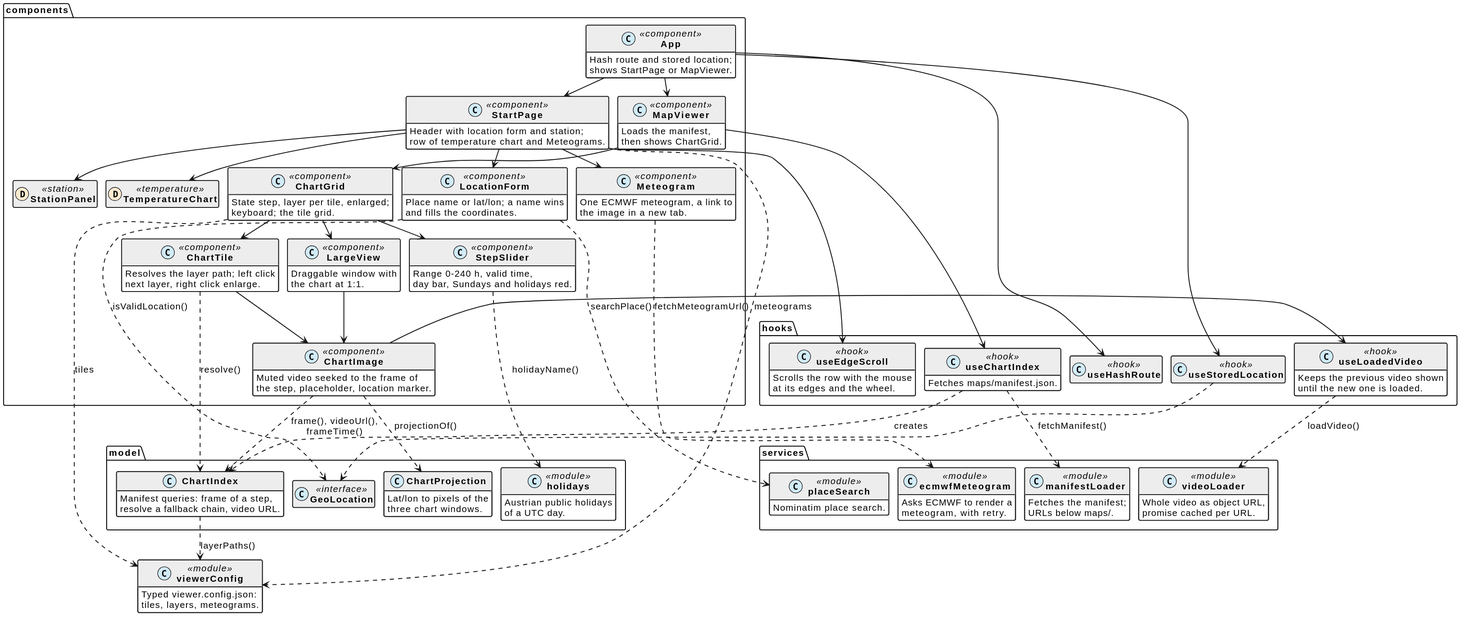
This is docs/app.svg from schletz/wetterkartenviewer, a PlantUML export, as it was before one commit.
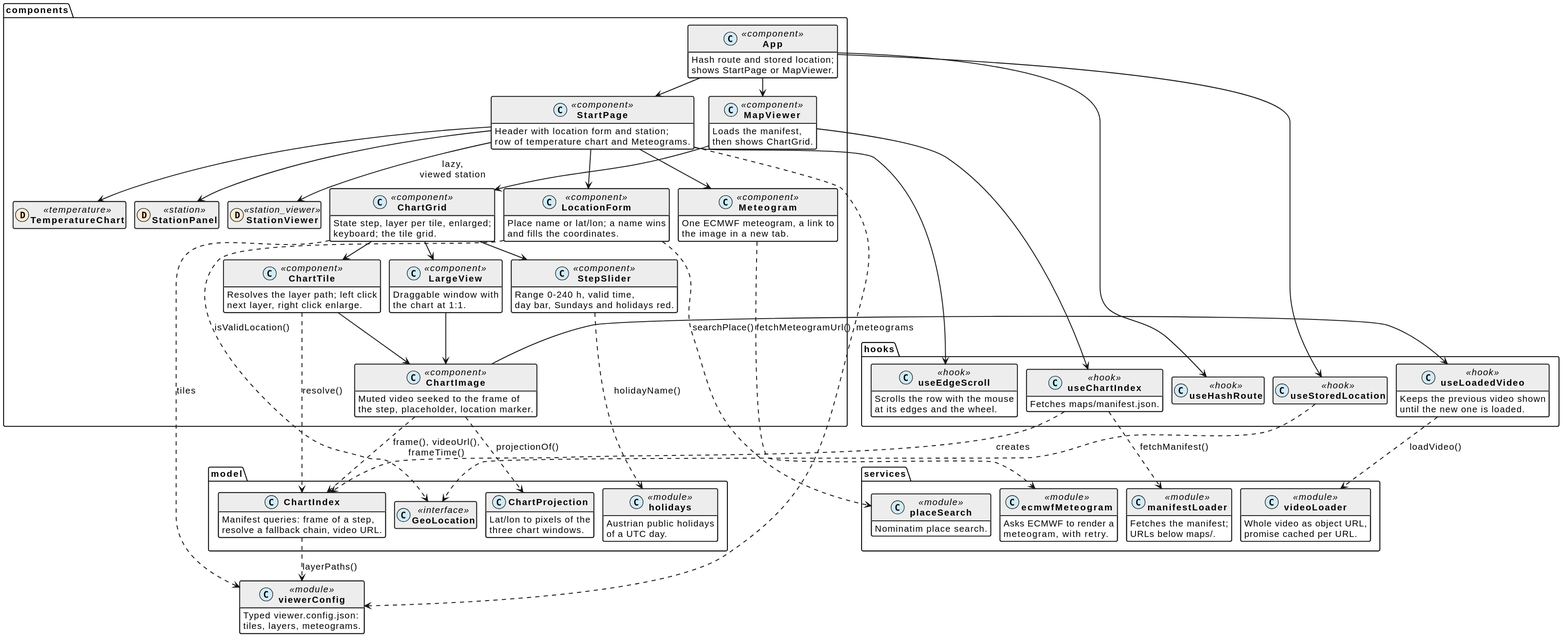
Later version of the same file.

Change to the diagram source:
```diff
@@ -53,6 +53,7 @@
  }
  class TemperatureChart << (D,#fdebd1) temperature >>
  class StationPanel << (D,#fdebd1) station >>
+ class StationViewer << (D,#fdebd1) station_viewer >>
  class LocationForm <<component>> {
  Place name or lat/lon; a name wins
  and fills the coordinates.
@@ -146,6 +147,7 @@
 StartPage --> useEdgeScroll
 StartPage --> TemperatureChart
 StartPage --> StationPanel
+StartPage --> StationViewer : lazy,\nviewed station
 StartPage ..> viewerConfig : meteograms
 LocationForm ..> placeSearch : searchPlace()
 LocationForm ..> GeoLocation : isValidLocation()
```
